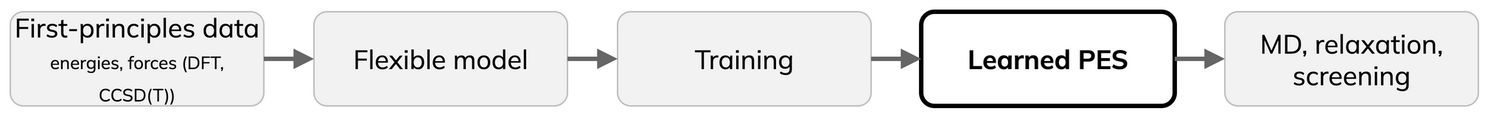
This is _static/ml-pipeline.drawio.png from ENCCS/mlip-hands-on, a draw.io export, as it was before one commit. Source tidied: cells renumbered, new cells last; positions are measured from the earlier drawing's top-left corner, leaving out a move shared by most shapes.
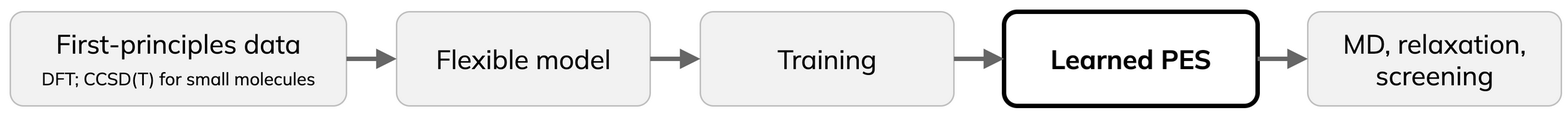
After the commit.

Commit message:
Note CCSD(T) training data with ANI-1ccx

Diff of the diagram source:
```diff
@@ -2,8 +2,8 @@
   <root>
     <mxCell id="0" />
     <mxCell id="1" parent="0" />
-    <mxCell id="2" value="First-principles data&lt;br&gt;&lt;span style='font-size:12px'&gt;energies, forces (DFT, CCSD(T))&lt;/span&gt;" style="rounded=1;arcSize=14;whiteSpace=wrap;html=1;fillColor=#F2F2F2;strokeColor=#BFBFBF;align=center;fontSize=18;fontFamily=Mulish;" parent="1" vertex="1">
-      <mxGeometry width="172" height="64" as="geometry" />
+    <mxCell id="2" value="First-principles data&lt;br&gt;&lt;span style='font-size:12px'&gt;DFT; CCSD(T) for small molecules&lt;/span&gt;" style="rounded=1;arcSize=14;whiteSpace=wrap;html=1;fillColor=#F2F2F2;strokeColor=#BFBFBF;align=center;fontSize=18;fontFamily=Mulish;" parent="1" vertex="1">
+      <mxGeometry x="-56" width="228" height="64" as="geometry" />
     </mxCell>
     <mxCell id="3" value="Flexible model" style="rounded=1;arcSize=14;whiteSpace=wrap;html=1;fillColor=#F2F2F2;strokeColor=#BFBFBF;align=center;fontSize=18;fontFamily=Mulish;" parent="1" vertex="1">
       <mxGeometry x="206" width="172" height="64" as="geometry" />
```
